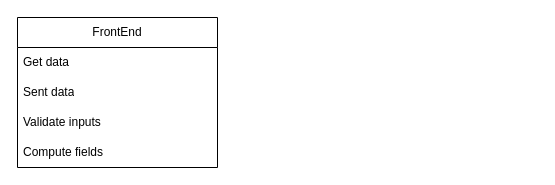
The draw.io diagram page "Página-2" (2 of 2) of Untitled Diagram.drawio in hernandoh-dev/ArchSnippets, before the edit. Source tidied: cells renumbered, new cells numbered last; positions are measured from the earlier drawing's top-left corner, leaving out a move shared by most shapes. Both pictures are drawn from the tidied source at 100%, with x=0, y=0 at pixel (17, 17).
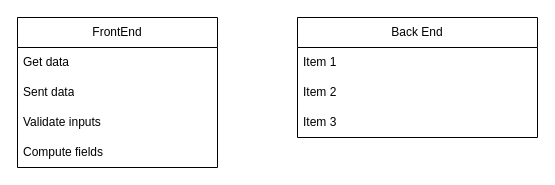
The same diagram, later.

Change to the diagram source:
```diff
@@
 <mxGraphModel>
   <root>
     <mxCell id="0" />
     <mxCell id="1" parent="0" />
     <mxCell id="2" value="FrontEnd" style="swimlane;fontStyle=0;horizontal=1;startSize=30;whiteSpace=wrap;html=1;" parent="1" vertex="1">
       <mxGeometry width="200" height="150" as="geometry" />
     </mxCell>
     <mxCell id="3" value="Get data" style="text;strokeColor=none;fillColor=none;align=left;verticalAlign=middle;spacingLeft=4;spacingRight=4;overflow=hidden;whiteSpace=wrap;html=1;" parent="2" vertex="1">
       <mxGeometry y="30" width="200" height="30" as="geometry" />
     </mxCell>
     <mxCell id="4" value="Sent data" style="text;strokeColor=none;fillColor=none;align=left;verticalAlign=middle;spacingLeft=4;spacingRight=4;overflow=hidden;whiteSpace=wrap;html=1;" parent="2" vertex="1">
       <mxGeometry y="60" width="200" height="30" as="geometry" />
     </mxCell>
     <mxCell id="5" value="Validate inputs" style="text;strokeColor=none;fillColor=none;align=left;verticalAlign=middle;spacingLeft=4;spacingRight=4;overflow=hidden;whiteSpace=wrap;html=1;" parent="2" vertex="1">
       <mxGeometry y="90" width="200" height="30" as="geometry" />
     </mxCell>
     <mxCell id="6" value="Compute fields" style="text;strokeColor=none;fillColor=none;align=left;verticalAlign=middle;spacingLeft=4;spacingRight=4;overflow=hidden;whiteSpace=wrap;html=1;" parent="2" vertex="1">
       <mxGeometry y="120" width="200" height="30" as="geometry" />
     </mxCell>
+    <mxCell id="7" value="Back End" style="swimlane;fontStyle=0;horizontal=1;startSize=30;whiteSpace=wrap;html=1;" parent="1" vertex="1">
+      <mxGeometry x="280" width="240" height="120" as="geometry" />
+    </mxCell>
+    <mxCell id="8" value="Item 1" style="text;strokeColor=none;fillColor=none;align=left;verticalAlign=middle;spacingLeft=4;spacingRight=4;overflow=hidden;whiteSpace=wrap;html=1;" parent="7" vertex="1">
+      <mxGeometry y="30" width="240" height="30" as="geometry" />
+    </mxCell>
+    <mxCell id="9" value="Item 2" style="text;strokeColor=none;fillColor=none;align=left;verticalAlign=middle;spacingLeft=4;spacingRight=4;overflow=hidden;whiteSpace=wrap;html=1;" parent="7" vertex="1">
+      <mxGeometry y="60" width="240" height="30" as="geometry" />
+    </mxCell>
+    <mxCell id="10" value="Item 3" style="text;strokeColor=none;fillColor=none;align=left;verticalAlign=middle;spacingLeft=4;spacingRight=4;overflow=hidden;whiteSpace=wrap;html=1;" parent="7" vertex="1">
+      <mxGeometry y="90" width="240" height="30" as="geometry" />
+    </mxCell>
   </root>
 </mxGraphModel>
```
